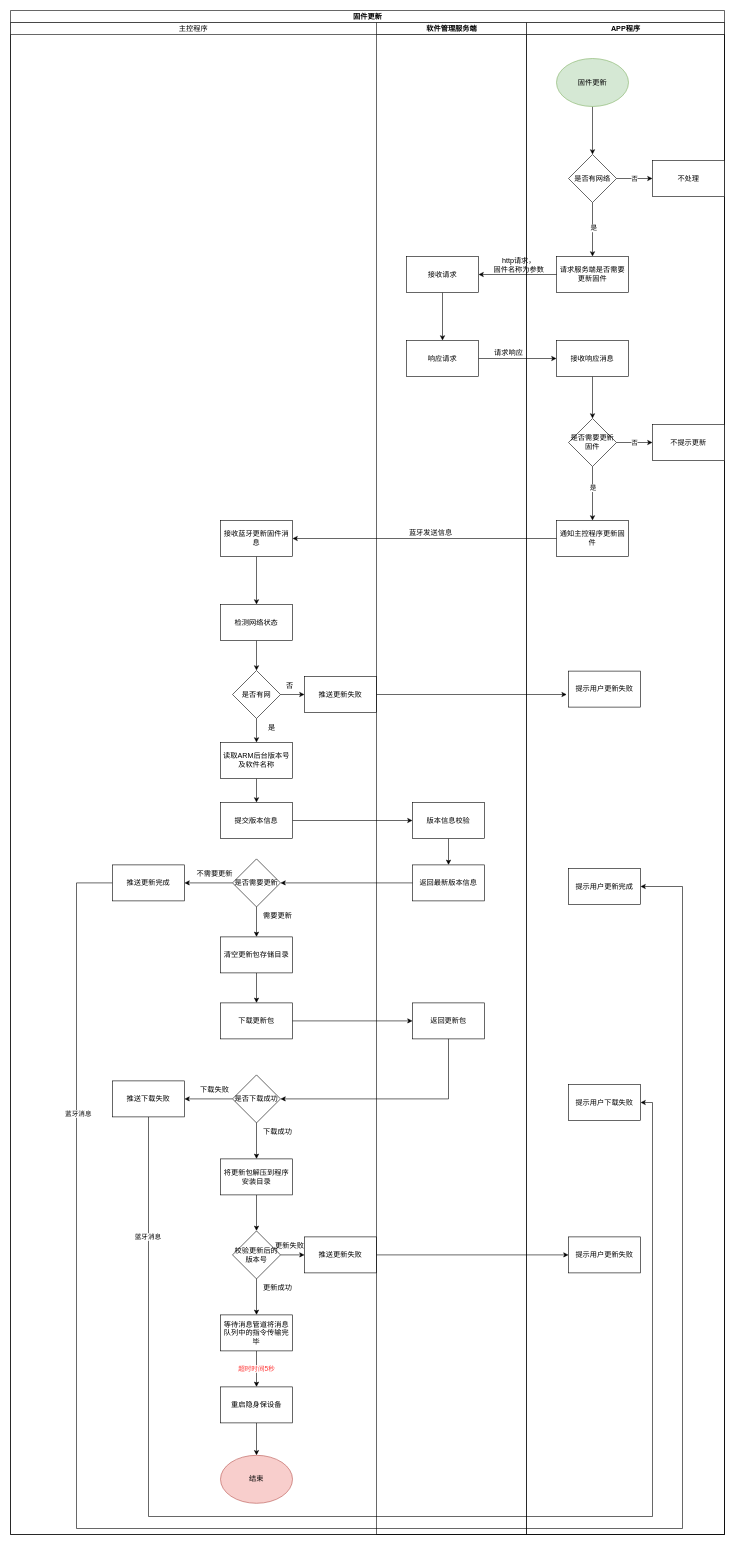
Earlier version of the draw.io diagram page "固件更新" (21 of 25) of 隐身保arm版-业务流程-V1.0-20221028-1.drawio (kyphoon/ysb_drawio_tree). Source tidied: cells renumbered, new cells numbered last; positions are measured from the earlier drawing's top-left corner, leaving out a move shared by most shapes. Both pictures are drawn from the tidied source at 60%, with x=0, y=0 at pixel (10, 10).
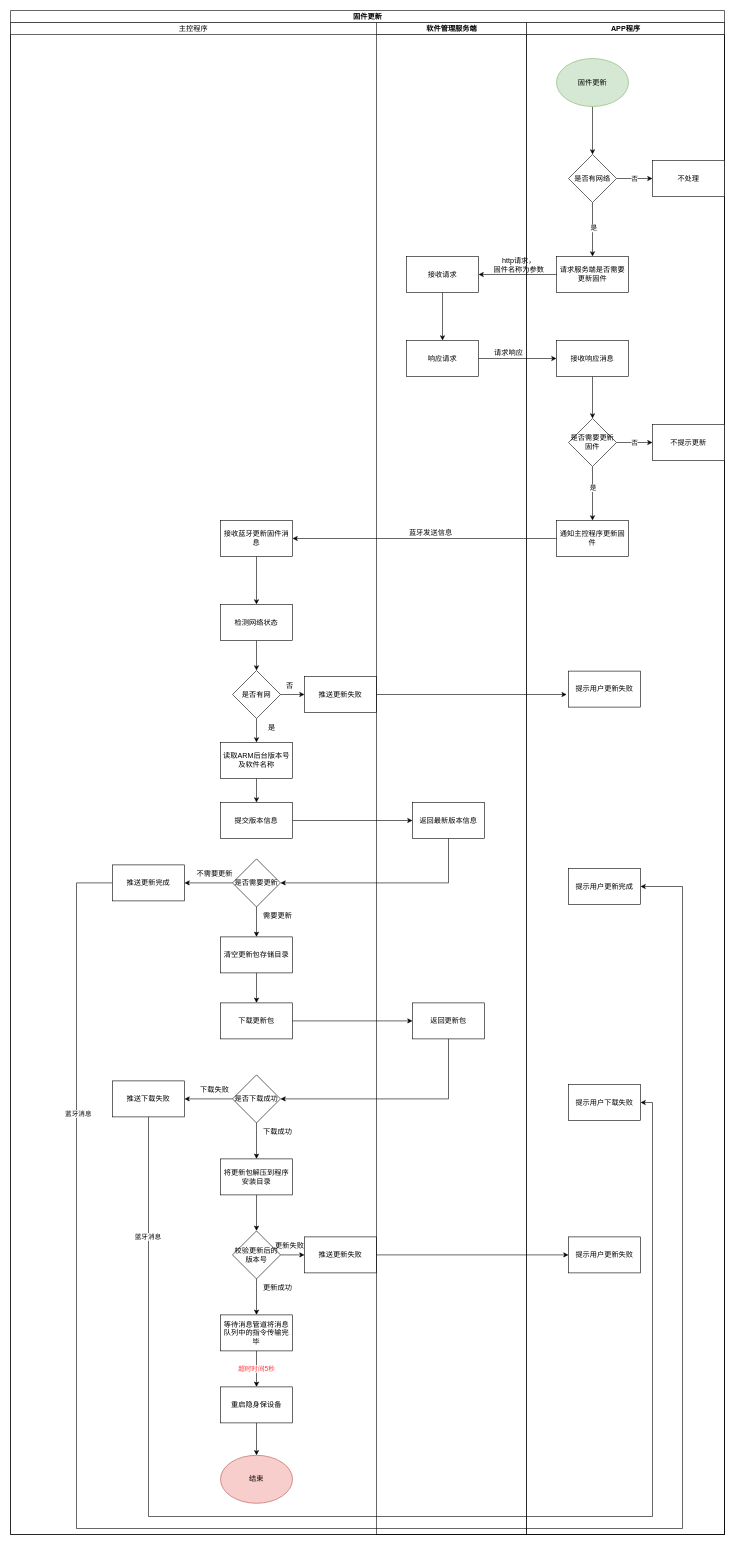
Above is the later version.

The change refers to these unchanged cells:
```xml
<mxCell id="3" style="swimlane;startSize=20;html=1;" parent="2" vertex="1">
  <mxGeometry y="20" width="1190" height="2520" as="geometry" />
</mxCell>
<mxCell id="15" value="是否需要更新" style="rhombus;whiteSpace=wrap;html=1;" parent="3" vertex="1">
  <mxGeometry x="370" y="1394" width="80" height="80" as="geometry" />
</mxCell>
<mxCell id="51" value="软件管理服务端" style="swimlane;startSize=20;html=1;" parent="3" vertex="1">
  <mxGeometry x="610" width="250" height="2520" as="geometry" />
</mxCell>
```

What changed in the source:
```diff
@@
-    <mxCell id="52" style="edgeStyle=orthogonalEdgeStyle;rounded=0;jettySize=auto;html=1;fontFamily=Helvetica;" parent="51" edge="1" source="53" target="54">
-      <mxGeometry relative="1" as="geometry" />
-    </mxCell>
-    <mxCell id="53" value="版本信息校验" style="whiteSpace=wrap;html=1;" parent="51" vertex="1">
+    <mxCell id="53" value="返回最新版本信息" style="whiteSpace=wrap;html=1;" parent="51" vertex="1">
       <mxGeometry x="60" y="1300" width="120" height="60" as="geometry" />
     </mxCell>
-    <mxCell id="54" value="返回最新版本信息" style="whiteSpace=wrap;html=1;" parent="51" vertex="1">
-      <mxGeometry x="60" y="1404" width="120" height="60" as="geometry" />
-    </mxCell>
@@
-    <mxCell id="88" style="edgeStyle=orthogonalEdgeStyle;rounded=0;jettySize=auto;html=1;entryX=1;entryY=0.5;entryDx=0;entryDy=0;fontFamily=Helvetica;" parent="3" edge="1" source="54" target="15">
-      <mxGeometry relative="1" as="geometry" />
-    </mxCell>
@@
+    <mxCell id="92" style="edgeStyle=orthogonalEdgeStyle;rounded=0;jettySize=auto;html=1;entryX=1;entryY=0.5;entryDx=0;entryDy=0;" parent="3" edge="1" source="53" target="15">
+      <mxGeometry relative="1" as="geometry">
+        <Array as="points">
+          <mxPoint x="730" y="1434" />
+        </Array>
+      </mxGeometry>
+    </mxCell>
```
